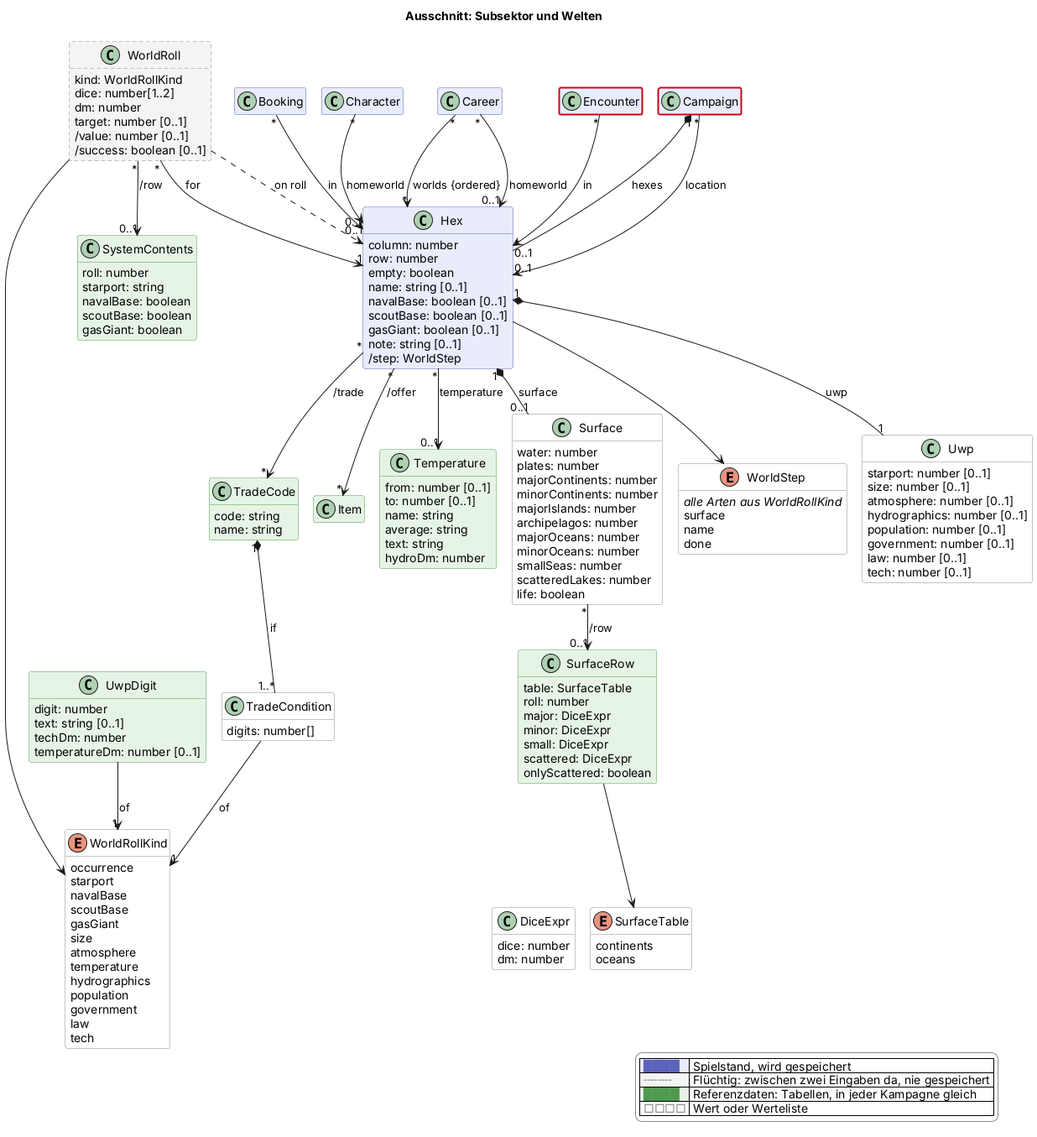
Earlier version of the PlantUML export docs/views/sektor.png (scuzzar/SRE). Source of this version:
```plantuml
@startuml
!if %not(%variable_exists("$change"))
!$change = "*"
!endif
!function $marked($c)
!return $change == "*" || $change == $c
!endfunction
!function $new($c, $t)
!if $marked($c)
!return "<color:#d0021b><b>" + $t + "</b></color>"
!endif
!return $t
!endfunction
!procedure $gone($c, $t)
!if $marked($c)
<color:#d0021b><s>$t</s></color>
!endif
!endprocedure
!function $newClass($c)
!if $marked($c)
!return "#line:d0021b;line.bold"
!endif
!return ""
!endfunction
!function $newArrow($c)
!if $marked($c)
!return "[#d0021b,bold]"
!endif
!return ""
!endfunction
!pragma layout smetana
title Ausschnitt: Subsektor und Welten
hide empty members
hide methods
skinparam classAttributeIconSize 0
skinparam shadowing false
skinparam packageStyle rectangle
skinparam class {
  BackgroundColor #e8ecfb
  BorderColor #5b64b8
  BackgroundColor<<transient>> #f4f4f4
  BorderColor<<transient>> #8a8a8a
  BackgroundColor<<reference>> #e6f4e6
  BorderColor<<reference>> #4f9a4f
  BackgroundColor<<value>> #ffffff
  BorderColor<<value>> #8a8a8a
}
skinparam legendBackgroundColor #ffffff
skinparam legendBorderColor #8a8a8a
<style>
classDiagram {
  class {
    .transient {
      LineStyle 5-3
    }
  }
}
</style>
hide <<transient>> stereotype
hide <<reference>> stereotype
hide <<value>> stereotype

  class Campaign $kampagne
  class Booking $shop
  class Character $charakter

  class Career $erschaffung

  class Hex $sektor {
    column: number
    row: number
    empty: boolean
    name: string [0..1]
    navalBase: boolean [0..1]
    scoutBase: boolean [0..1]
    gasGiant: boolean [0..1]
    note: string [0..1]
    /step: WorldStep
  }
  class Uwp <<value>> $sektor {
    starport: number [0..1]
    size: number [0..1]
    atmosphere: number [0..1]
    hydrographics: number [0..1]
    population: number [0..1]
    government: number [0..1]
    law: number [0..1]
    tech: number [0..1]
  }
  class WorldRoll <<transient>> $sektor {
    kind: WorldRollKind
    dice: number[1..2]
    dm: number
    target: number [0..1]
    /value: number [0..1]
    /success: boolean [0..1]
  }


  class Encounter $begegnung

  class Item <<reference>> $shop
  class SystemContents <<reference>> $sektor {
    roll: number
    starport: string
    navalBase: boolean
    scoutBase: boolean
    gasGiant: boolean
  }
  class UwpDigit <<reference>> $sektor {
    digit: number
    text: string [0..1]
    techDm: number
    temperatureDm: number [0..1]
  }
  class Surface <<value>> $sektor {
    water: number
    plates: number
    majorContinents: number
    minorContinents: number
    majorIslands: number
    archipelagos: number
    majorOceans: number
    minorOceans: number
    smallSeas: number
    scatteredLakes: number
    life: boolean
  }
  class SurfaceRow <<reference>> $sektor {
    table: SurfaceTable
    roll: number
    major: DiceExpr
    minor: DiceExpr
    small: DiceExpr
    scattered: DiceExpr
    onlyScattered: boolean
  }
  enum SurfaceTable <<value>> $sektor {
    continents
    oceans
  }
  class DiceExpr <<value>> $sektor {
    dice: number
    dm: number
  }
  class Temperature <<reference>> $sektor {
    from: number [0..1]
    to: number [0..1]
    name: string
    average: string
    text: string
    hydroDm: number
  }
  class TradeCode <<reference>> $sektor {
    code: string
    name: string
  }
  class TradeCondition <<value>> $sektor {
    digits: number[]
  }
  enum WorldRollKind <<value>> $sektor {
    occurrence
    starport
    navalBase
    scoutBase
    gasGiant
    size
    atmosphere
    temperature
    hydrographics
    population
    government
    law
    tech
  }
  enum WorldStep <<value>> $sektor {
    <i>alle Arten aus WorldRollKind</i>
    surface
    name
    done
  }

Campaign "*" --> "0..1" Hex : location
Booking "*" --> "0..1" Hex : in

Career "*" --> "0..1" Hex : homeworld
Career "*" --> "*" Hex : worlds {ordered}
Character "*" --> "0..1" Hex : homeworld


Campaign "1" *-- "*" Hex : hexes
Hex "1" *-- "1" Uwp : uwp
Hex --> WorldStep
WorldRoll "*" --> "1" Hex : for
WorldRoll ..> Hex : on roll
Hex "*" --> "*" TradeCode : /trade
Hex "*" --> "0..1" Temperature : temperature
Hex "1" *-- "0..1" Surface : surface
Surface "*" --> "0..1" SurfaceRow : /row
SurfaceRow --> SurfaceTable
SurfaceRow -[hidden]- DiceExpr
WorldRoll --> WorldRollKind
WorldRoll "*" --> "0..1" SystemContents : /row
UwpDigit --> "1" WorldRollKind : of
TradeCode "1" *-- "1..*" TradeCondition : if
TradeCondition --> "1" WorldRollKind : of


Hex "*" --> "*" Item : /offer




Encounter "*" --> "0..1" Hex : in



legend right
  |<#e8ecfb> <color:#5b64b8>████</color> | Spielstand, wird gespeichert |
  |<#f4f4f4> <color:#8a8a8a>╌╌╌╌</color> | Flüchtig: zwischen zwei Eingaben da, nie gespeichert |
  |<#e6f4e6> <color:#4f9a4f>████</color> | Referenzdaten: Tabellen, in jeder Kampagne gleich |
  |<#ffffff> <color:#8a8a8a>□□□□</color> | Wert oder Werteliste |
endlegend
class Campaign #line:d0021b;line.bold
class Encounter #line:d0021b;line.bold
@enduml
```
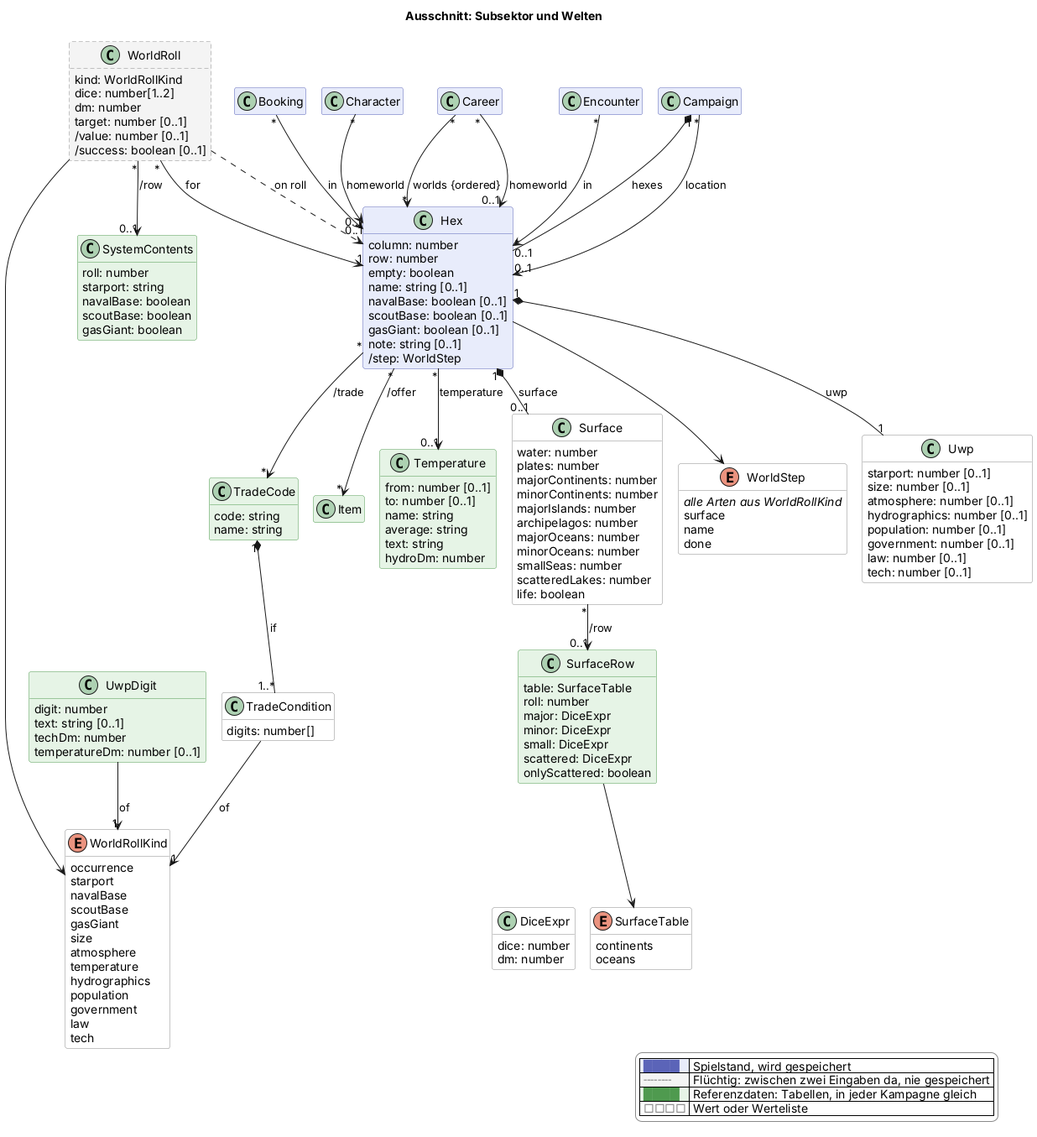
After the change.

What changed in the source:
```diff
@@ -221,6 +221,4 @@
   |<#e6f4e6> <color:#4f9a4f>████</color> | Referenzdaten: Tabellen, in jeder Kampagne gleich |
   |<#ffffff> <color:#8a8a8a>□□□□</color> | Wert oder Werteliste |
 endlegend
-class Campaign #line:d0021b;line.bold
-class Encounter #line:d0021b;line.bold
 @enduml
```
